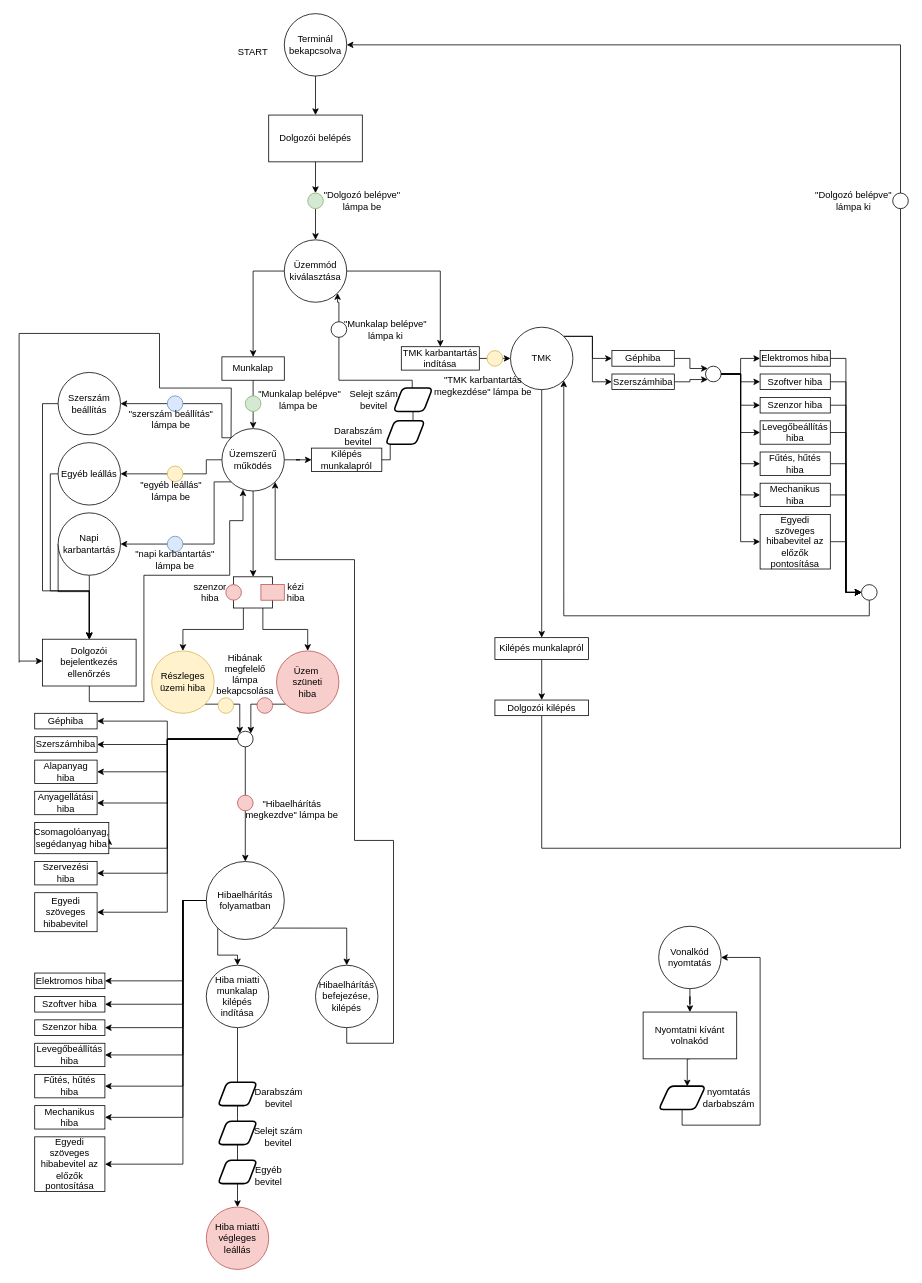
Earlier version of the draw.io diagram mesterminal_flowchart.drawio (KerteszZoltan/mesterminal). Source tidied: cells renumbered, new cells numbered last; positions are measured from the earlier drawing's top-left corner, leaving out a move shared by most shapes. Both pictures are drawn from the tidied source at 78%, with x=0, y=0 at pixel (19, 13).
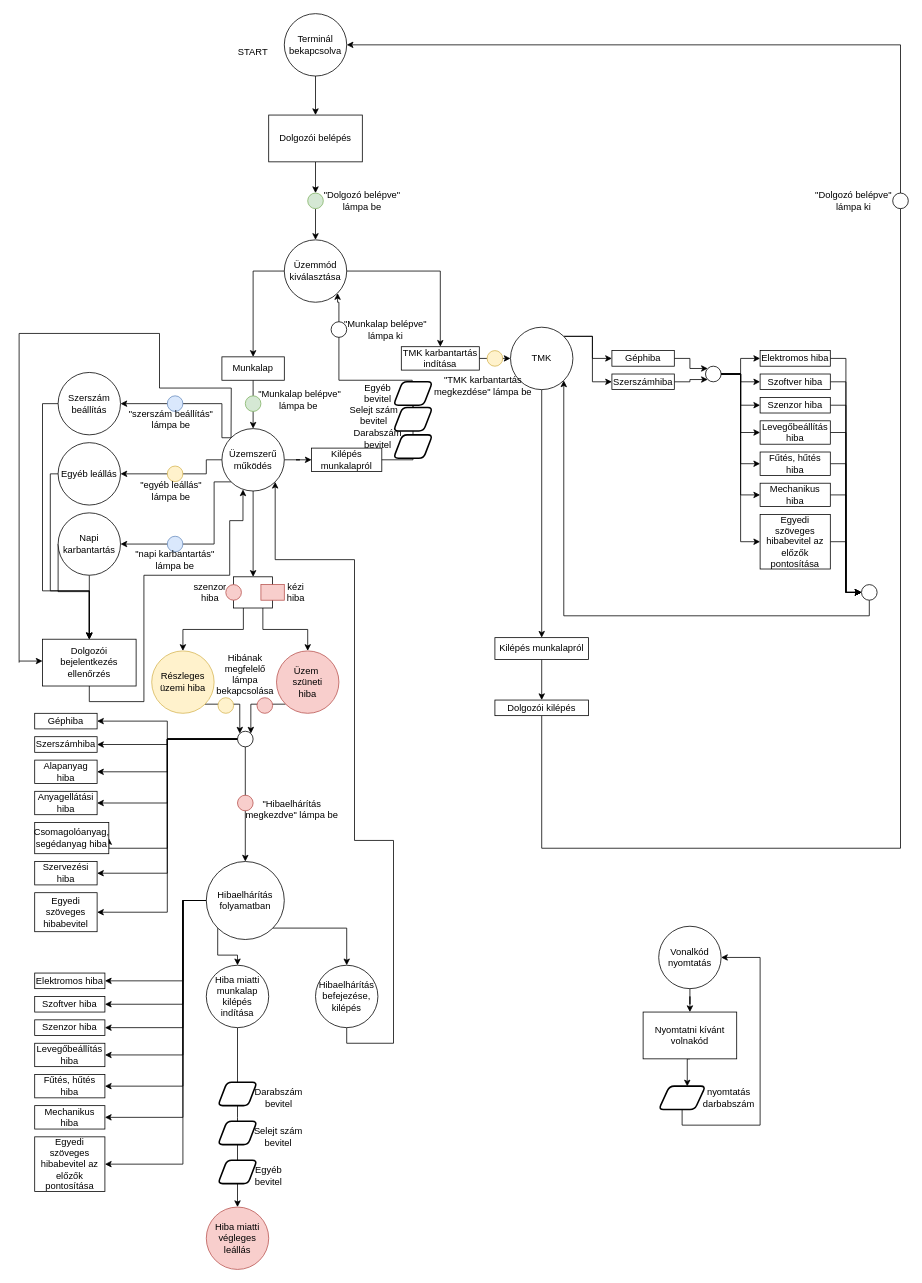
The same page after the edit.

Commit message:
formal arrangement for input data

Unchanged cells that the change refers to:
```xml
<mxCell id="133" value="Kilépés munkalapról" style="rounded=0;whiteSpace=wrap;html=1;" parent="1" vertex="1">
  <mxGeometry x="375" y="557" width="90" height="30" as="geometry" />
</mxCell>
```

What changed in the source:
```diff
@@
-    <mxCell id="134" style="shape=parallelogram;html=1;strokeWidth=2;perimeter=parallelogramPerimeter;whiteSpace=wrap;rounded=1;arcSize=12;size=0.23;" parent="1" vertex="1">
-      <mxGeometry x="480" y="480" width="50" height="30" as="geometry" />
-    </mxCell>
@@
     <mxCell id="136" style="edgeStyle=orthogonalEdgeStyle;rounded=0;jettySize=auto;html=1;exitX=1;exitY=0.5;exitDx=0;exitDy=0;entryX=0;entryY=0.5;entryDx=0;entryDy=0;endArrow=none;" parent="1" edge="1" source="133" target="137">
-      <mxGeometry relative="1" as="geometry" />
+      <mxGeometry relative="1" as="geometry">
+        <Array as="points">
+          <mxPoint x="505" y="572" />
+          <mxPoint x="505" y="527" />
+        </Array>
+      </mxGeometry>
     </mxCell>
     <mxCell id="137" style="shape=parallelogram;html=1;strokeWidth=2;perimeter=parallelogramPerimeter;whiteSpace=wrap;rounded=1;arcSize=12;size=0.23;" parent="1" vertex="1">
-      <mxGeometry x="470" y="522" width="50" height="30" as="geometry" />
+      <mxGeometry x="480" y="505" width="50" height="30" as="geometry" />
     </mxCell>
     <mxCell id="138" value="Darabszám bevitel" style="text;html=1;strokeColor=none;fillColor=none;align=center;verticalAlign=middle;whiteSpace=wrap;rounded=0;" parent="1" vertex="1">
-      <mxGeometry x="415" y="532" width="40" height="20" as="geometry" />
+      <mxGeometry x="440" y="535" width="40" height="20" as="geometry" />
     </mxCell>
     <mxCell id="139" value="Selejt szám bevitel" style="text;html=1;strokeColor=none;fillColor=none;align=center;verticalAlign=middle;whiteSpace=wrap;rounded=0;" parent="1" vertex="1">
-      <mxGeometry x="415" y="490" width="80" height="10" as="geometry" />
+      <mxGeometry x="415" y="510" width="80" height="10" as="geometry" />
     </mxCell>
@@
+    <mxCell id="134" style="shape=parallelogram;html=1;strokeWidth=2;perimeter=parallelogramPerimeter;whiteSpace=wrap;rounded=1;arcSize=12;size=0.23;" parent="1" vertex="1">
+      <mxGeometry x="480" y="472" width="50" height="30" as="geometry" />
+    </mxCell>
+    <mxCell id="163" style="edgeStyle=elbowEdgeStyle;rounded=0;jettySize=auto;elbow=vertical;html=1;endArrow=none;" parent="1" edge="1" source="137" target="134">
+      <mxGeometry relative="1" as="geometry" />
+    </mxCell>
+    <mxCell id="164" style="shape=parallelogram;html=1;strokeWidth=2;perimeter=parallelogramPerimeter;whiteSpace=wrap;rounded=1;arcSize=12;size=0.23;" parent="1" vertex="1">
+      <mxGeometry x="480" y="540" width="50" height="30" as="geometry" />
+    </mxCell>
+    <mxCell id="165" value="Egyéb bevitel" style="text;html=1;strokeColor=none;fillColor=none;align=center;verticalAlign=middle;whiteSpace=wrap;rounded=0;" parent="1" vertex="1">
+      <mxGeometry x="440" y="477" width="40" height="20" as="geometry" />
+    </mxCell>
```
